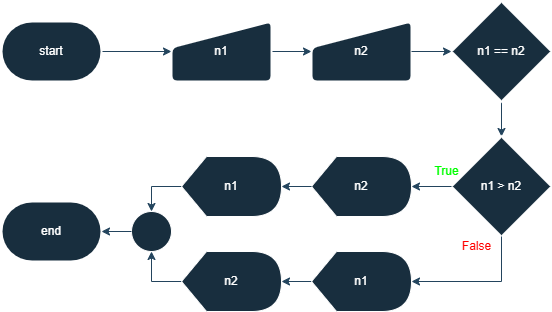
The draw.io diagram Parte-2/atividade4.png in kf-martins-uel/algoritmos-atividade1, before a commit. Source tidied: cells renumbered, new cells last; positions are measured from the earlier drawing's top-left corner, leaving out a move shared by most shapes.
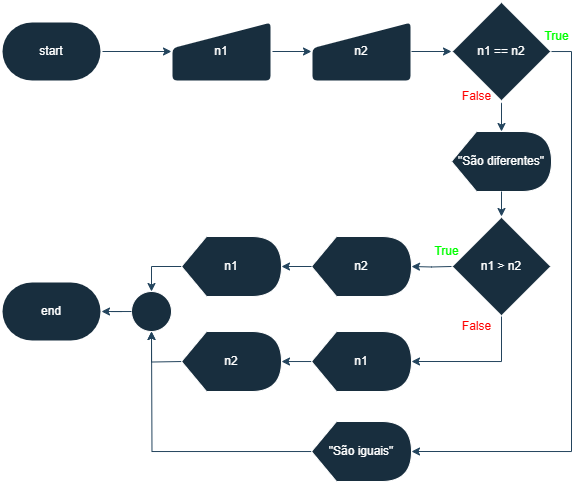
The same diagram one commit later.

The edit, as a diff of the source:
```diff
@@ -6,22 +6,22 @@
       <mxGeometry relative="1" as="geometry" />
     </mxCell>
     <mxCell id="3" value="start" style="strokeWidth=2;html=1;shape=mxgraph.flowchart.terminator;whiteSpace=wrap;labelBackgroundColor=none;fillColor=#182E3E;strokeColor=#FFFFFF;fontColor=#FFFFFF;rounded=0;" parent="1" vertex="1">
-      <mxGeometry y="20" width="100" height="60" as="geometry" />
+      <mxGeometry y="-60" width="100" height="60" as="geometry" />
     </mxCell>
     <mxCell id="4" style="edgeStyle=orthogonalEdgeStyle;rounded=0;jettySize=auto;html=1;labelBackgroundColor=none;strokeColor=#23445D;fontColor=default;" parent="1" edge="1" source="5" target="6">
       <mxGeometry relative="1" as="geometry" />
     </mxCell>
     <mxCell id="5" value="n1" style="html=1;strokeWidth=2;shape=manualInput;whiteSpace=wrap;rounded=1;size=26;arcSize=11;labelBackgroundColor=none;fillColor=#182E3E;strokeColor=#FFFFFF;fontColor=#FFFFFF;" parent="1" vertex="1">
-      <mxGeometry x="170" y="20" width="100" height="60" as="geometry" />
+      <mxGeometry x="170" y="-60" width="100" height="60" as="geometry" />
     </mxCell>
     <mxCell id="6" value="n2" style="html=1;strokeWidth=2;shape=manualInput;whiteSpace=wrap;rounded=1;size=26;arcSize=11;labelBackgroundColor=none;fillColor=#182E3E;strokeColor=#FFFFFF;fontColor=#FFFFFF;" parent="1" vertex="1">
-      <mxGeometry x="310" y="20" width="100" height="60" as="geometry" />
+      <mxGeometry x="310" y="-60" width="100" height="60" as="geometry" />
     </mxCell>
-    <mxCell id="7" style="edgeStyle=orthogonalEdgeStyle;rounded=0;jettySize=auto;html=1;labelBackgroundColor=none;strokeColor=#23445D;fontColor=default;" parent="1" edge="1" source="8" target="9">
-      <mxGeometry relative="1" as="geometry" />
-    </mxCell>
+    <mxCell id="26" style="edgeStyle=orthogonalEdgeStyle;rounded=0;jettySize=auto;html=1;labelBackgroundColor=none;strokeColor=#23445D;fontColor=default;" parent="1" edge="1" source="8" target="30">
+      <mxGeometry relative="1" as="geometry" />
+    </mxCell>
     <mxCell id="8" value="n1 == n2" style="strokeWidth=2;html=1;shape=mxgraph.flowchart.decision;whiteSpace=wrap;strokeColor=#FFFFFF;fontColor=#FFFFFF;fillColor=#182E3E;labelBackgroundColor=none;" parent="1" vertex="1">
-      <mxGeometry x="450" width="100" height="100" as="geometry" />
+      <mxGeometry x="450" y="-80" width="100" height="100" as="geometry" />
     </mxCell>
     <mxCell id="9" value="n1 &amp;gt; n2" style="strokeWidth=2;html=1;shape=mxgraph.flowchart.decision;whiteSpace=wrap;strokeColor=#FFFFFF;fontColor=#FFFFFF;fillColor=#182E3E;labelBackgroundColor=none;" parent="1" vertex="1">
       <mxGeometry x="450" y="135" width="100" height="100" as="geometry" />
@@ -32,8 +32,11 @@
     <mxCell id="11" value="n2" style="shape=display;whiteSpace=wrap;html=1;strokeColor=#FFFFFF;fontColor=#FFFFFF;fillColor=#182E3E;labelBackgroundColor=none;" parent="1" vertex="1">
       <mxGeometry x="310" y="155" width="100" height="60" as="geometry" />
     </mxCell>
-    <mxCell id="12" style="edgeStyle=orthogonalEdgeStyle;rounded=0;jettySize=auto;html=1;labelBackgroundColor=none;strokeColor=#23445D;fontColor=default;" parent="1" edge="1" source="13" target="17">
-      <mxGeometry relative="1" as="geometry" />
+    <mxCell id="12" style="edgeStyle=orthogonalEdgeStyle;rounded=0;orthogonalLoop=1;jettySize=auto;html=1;labelBackgroundColor=none;strokeColor=#23445D;fontColor=default;" parent="1" edge="1">
+      <mxGeometry relative="1" as="geometry">
+        <mxPoint x="310" y="280" as="sourcePoint" />
+        <mxPoint x="280" y="280" as="targetPoint" />
+      </mxGeometry>
     </mxCell>
     <mxCell id="13" value="n1" style="shape=display;whiteSpace=wrap;html=1;strokeColor=#FFFFFF;fontColor=#FFFFFF;fillColor=#182E3E;labelBackgroundColor=none;" parent="1" vertex="1">
       <mxGeometry x="310" y="250" width="100" height="60" as="geometry" />
@@ -44,17 +47,23 @@
     <mxCell id="15" value="n1" style="shape=display;whiteSpace=wrap;html=1;strokeColor=#FFFFFF;fontColor=#FFFFFF;fillColor=#182E3E;labelBackgroundColor=none;" parent="1" vertex="1">
       <mxGeometry x="180" y="155" width="100" height="60" as="geometry" />
     </mxCell>
-    <mxCell id="16" style="edgeStyle=orthogonalEdgeStyle;rounded=0;jettySize=auto;html=1;entryX=0.5;entryY=1;entryDx=0;entryDy=0;labelBackgroundColor=none;strokeColor=#23445D;fontColor=default;" parent="1" edge="1" source="17" target="23">
-      <mxGeometry relative="1" as="geometry" />
+    <mxCell id="16" style="edgeStyle=orthogonalEdgeStyle;rounded=0;jettySize=auto;html=1;entryX=0.5;entryY=1;entryDx=0;entryDy=0;labelBackgroundColor=none;strokeColor=#23445D;fontColor=default;" parent="1" edge="1" target="23">
+      <mxGeometry relative="1" as="geometry">
+        <mxPoint x="180" y="280" as="sourcePoint" />
+      </mxGeometry>
     </mxCell>
     <mxCell id="17" value="n2" style="shape=display;whiteSpace=wrap;html=1;strokeColor=#FFFFFF;fontColor=#FFFFFF;fillColor=#182E3E;labelBackgroundColor=none;" parent="1" vertex="1">
       <mxGeometry x="180" y="250" width="100" height="60" as="geometry" />
     </mxCell>
-    <mxCell id="18" style="edgeStyle=orthogonalEdgeStyle;rounded=0;jettySize=auto;html=1;entryX=1;entryY=0.5;entryDx=0;entryDy=0;entryPerimeter=0;labelBackgroundColor=none;strokeColor=#23445D;fontColor=default;" parent="1" edge="1" source="9" target="11">
-      <mxGeometry relative="1" as="geometry" />
+    <mxCell id="18" style="edgeStyle=orthogonalEdgeStyle;rounded=0;jettySize=auto;html=1;entryX=1;entryY=0.5;entryDx=0;entryDy=0;entryPerimeter=0;labelBackgroundColor=none;strokeColor=#23445D;fontColor=default;" parent="1" edge="1" target="11">
+      <mxGeometry relative="1" as="geometry">
+        <mxPoint x="450" y="185" as="sourcePoint" />
+      </mxGeometry>
     </mxCell>
-    <mxCell id="19" style="edgeStyle=orthogonalEdgeStyle;rounded=0;jettySize=auto;html=1;entryX=1;entryY=0.5;entryDx=0;entryDy=0;entryPerimeter=0;labelBackgroundColor=none;strokeColor=#23445D;fontColor=default;" parent="1" edge="1" source="9" target="13">
+    <mxCell id="19" style="edgeStyle=orthogonalEdgeStyle;rounded=0;orthogonalLoop=1;jettySize=auto;html=1;entryX=1;entryY=0.5;entryDx=0;entryDy=0;entryPerimeter=0;labelBackgroundColor=none;strokeColor=#23445D;fontColor=default;" parent="1" edge="1">
       <mxGeometry relative="1" as="geometry">
+        <mxPoint x="500" y="235" as="sourcePoint" />
+        <mxPoint x="410" y="280" as="targetPoint" />
         <Array as="points">
           <mxPoint x="500" y="280" />
         </Array>
@@ -78,5 +87,33 @@
     <mxCell id="25" style="edgeStyle=orthogonalEdgeStyle;rounded=0;jettySize=auto;html=1;entryX=1;entryY=0.5;entryDx=0;entryDy=0;entryPerimeter=0;labelBackgroundColor=none;strokeColor=#23445D;fontColor=default;" parent="1" edge="1" source="23" target="24">
       <mxGeometry relative="1" as="geometry" />
     </mxCell>
+    <mxCell id="27" style="edgeStyle=orthogonalEdgeStyle;rounded=0;jettySize=auto;html=1;labelBackgroundColor=none;strokeColor=#23445D;fontColor=default;" parent="1" edge="1" source="28">
+      <mxGeometry relative="1" as="geometry">
+        <mxPoint x="150" y="250" as="targetPoint" />
+      </mxGeometry>
+    </mxCell>
+    <mxCell id="28" value="&quot;São iguais&quot;" style="shape=display;whiteSpace=wrap;html=1;strokeColor=#FFFFFF;fontColor=#FFFFFF;fillColor=#182E3E;labelBackgroundColor=none;" parent="1" vertex="1">
+      <mxGeometry x="310" y="340" width="100" height="60" as="geometry" />
+    </mxCell>
+    <mxCell id="29" style="edgeStyle=orthogonalEdgeStyle;rounded=0;jettySize=auto;html=1;entryX=1;entryY=0.5;entryDx=0;entryDy=0;entryPerimeter=0;labelBackgroundColor=none;strokeColor=#23445D;fontColor=default;" parent="1" edge="1" source="8" target="28">
+      <mxGeometry relative="1" as="geometry">
+        <Array as="points">
+          <mxPoint x="570" y="-30" />
+          <mxPoint x="570" y="370" />
+        </Array>
+      </mxGeometry>
+    </mxCell>
+    <mxCell id="30" value="&quot;São diferentes&quot;" style="shape=display;whiteSpace=wrap;html=1;strokeColor=#FFFFFF;fontColor=#FFFFFF;fillColor=#182E3E;labelBackgroundColor=none;" parent="1" vertex="1">
+      <mxGeometry x="450" y="50" width="100" height="60" as="geometry" />
+    </mxCell>
+    <mxCell id="31" style="edgeStyle=orthogonalEdgeStyle;rounded=0;jettySize=auto;html=1;entryX=0.5;entryY=0;entryDx=0;entryDy=0;entryPerimeter=0;labelBackgroundColor=none;strokeColor=#23445D;fontColor=default;" parent="1" edge="1" source="30" target="9">
+      <mxGeometry relative="1" as="geometry" />
+    </mxCell>
+    <mxCell id="32" value="&lt;font style=&quot;color: light-dark(rgb(0, 255, 0), rgb(0, 255, 0));&quot;&gt;True&lt;/font&gt;" style="text;html=1;align=center;verticalAlign=middle;strokeColor=none;fillColor=none;fontColor=#FFFFFF;labelBackgroundColor=none;" parent="1" vertex="1">
+      <mxGeometry x="530" y="-60" width="50" height="30" as="geometry" />
+    </mxCell>
+    <mxCell id="33" value="&lt;font style=&quot;color: light-dark(rgb(255, 0, 0), rgb(255, 0, 0));&quot;&gt;False&lt;/font&gt;" style="text;html=1;align=center;verticalAlign=middle;strokeColor=none;fillColor=none;fontColor=#FFFFFF;labelBackgroundColor=none;" parent="1" vertex="1">
+      <mxGeometry x="450" width="50" height="30" as="geometry" />
+    </mxCell>
   </root>
 </mxGraphModel>
```
